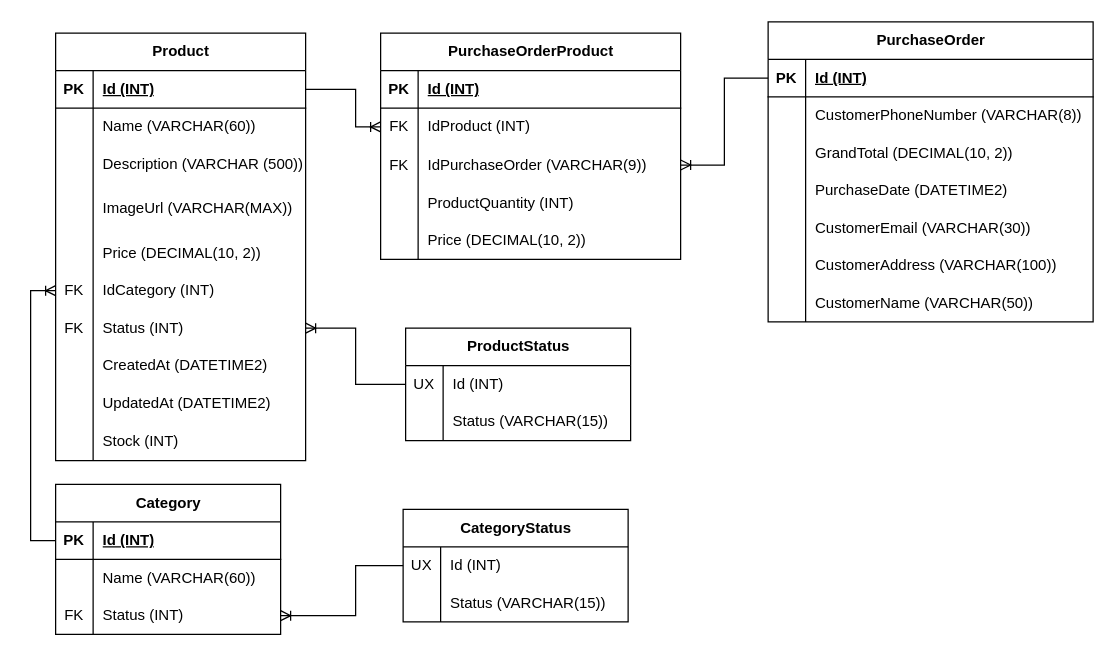
faucespe/Online_Store keeps this draw.io diagram as database/diagrams/entity-relation.drawio. Above is the earlier version. Source tidied: cells renumbered, new cells numbered last; positions are measured from the earlier drawing's top-left corner, leaving out a move shared by most shapes. Both pictures are drawn from the tidied source at 125%, with x=0, y=0 at pixel (30, 21).
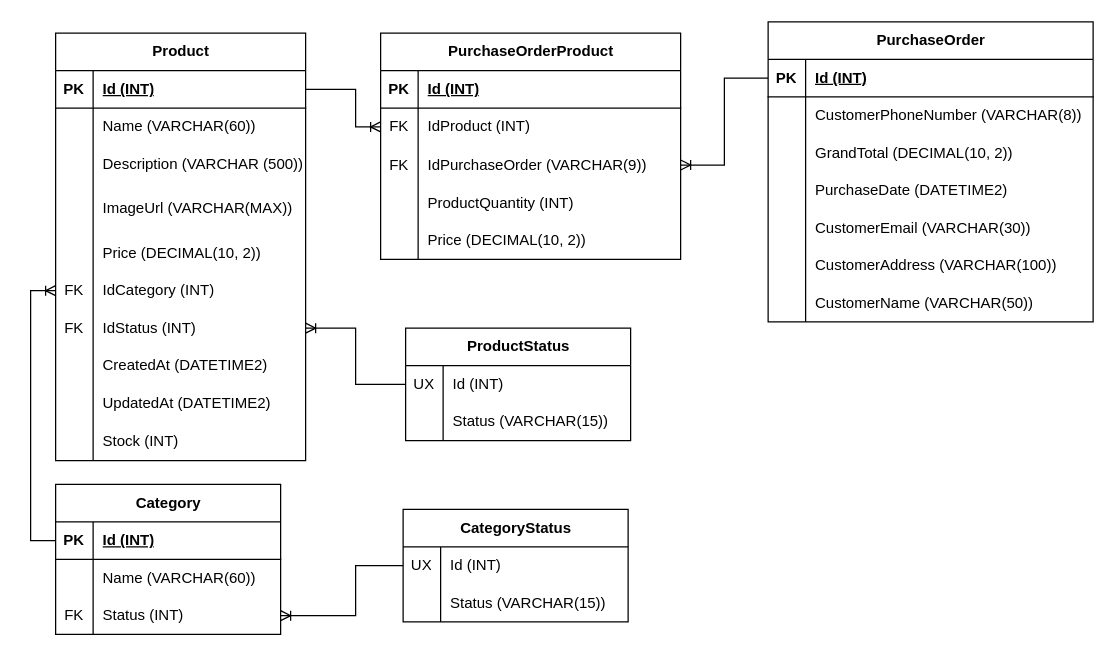
The same diagram, later.

Commit message (it also covers changes not shown here):
DataBase - 9: Create Database Script

The change refers to these unchanged cells:
```xml
<mxCell id="21" style="shape=tableRow;horizontal=0;startSize=0;swimlaneHead=0;swimlaneBody=0;fillColor=none;points=[[0,0.5],[1,0.5]];portConstraint=eastwest;top=0;left=0;right=0;bottom=0;" parent="2" vertex="1">
  <mxGeometry y="221" width="200" height="30" as="geometry" />
</mxCell>
```

Change to the diagram source:
```diff
@@
-    <mxCell id="23" value="Status (INT)" style="shape=partialRectangle;fillColor=none;top=0;left=0;bottom=0;right=0;align=left;spacingLeft=6;overflow=hidden;whiteSpace=wrap;html=1;" parent="21" vertex="1">
+    <mxCell id="23" value="IdStatus (INT)" style="shape=partialRectangle;fillColor=none;top=0;left=0;bottom=0;right=0;align=left;spacingLeft=6;overflow=hidden;whiteSpace=wrap;html=1;" parent="21" vertex="1">
       <mxGeometry x="30" width="170" height="30" as="geometry" />
     </mxCell>
```
